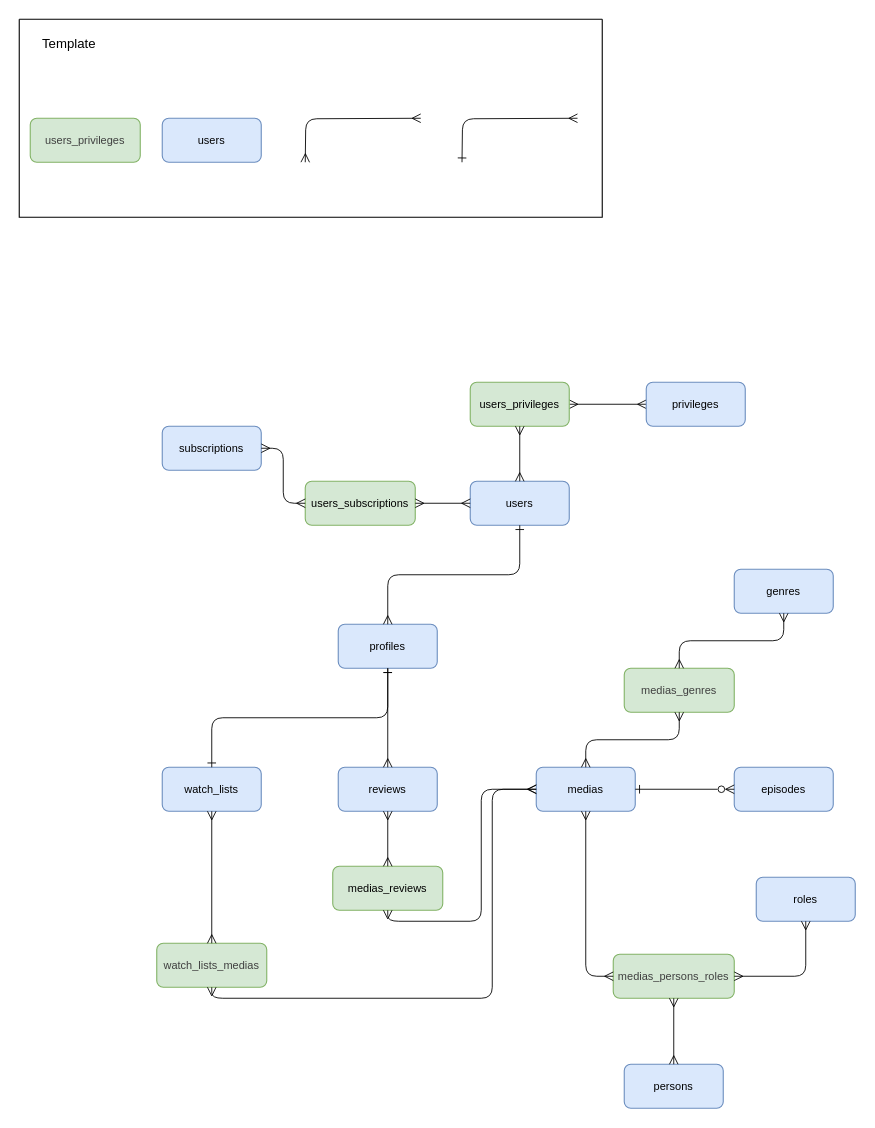
Before: docs/diagrams/conceptual.drawio in Team-AB-DevOps/ab-dbd25, a draw.io diagram. Source tidied: cells renumbered, new cells numbered last; positions are measured from the earlier drawing's top-left corner, leaving out a move shared by most shapes. Both pictures are drawn from the tidied source at 110%, with x=0, y=0 at pixel (19, 19).
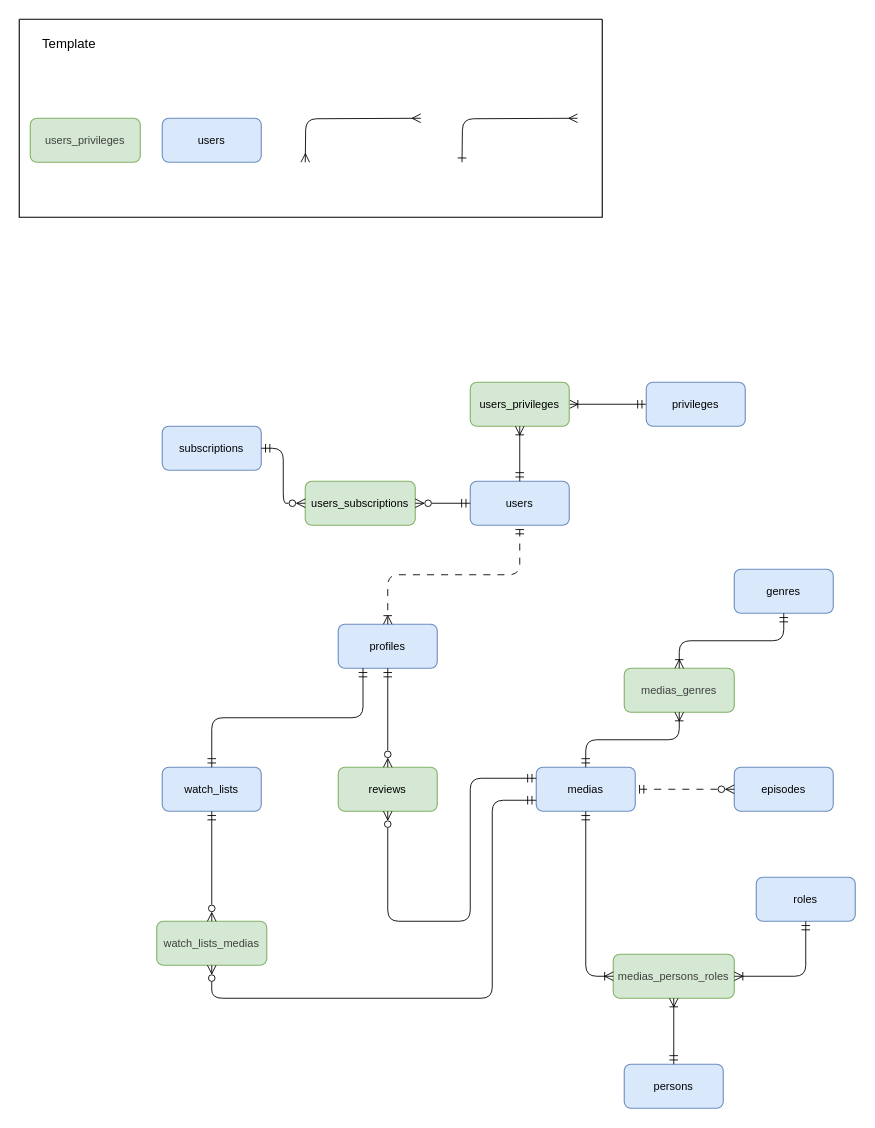
The same page after the edit.

The change refers to these unchanged cells:
```xml
<mxCell id="3" value="&lt;span style=&quot;color: rgb(0, 0, 0);&quot;&gt;&lt;font style=&quot;font-size: 10px;&quot;&gt;privileges&lt;/font&gt;&lt;/span&gt;" style="rounded=1;whiteSpace=wrap;html=1;fillColor=#dae8fc;strokeColor=#6c8ebf;" parent="1" vertex="1">
  <mxGeometry x="570" y="330" width="90" height="40" as="geometry" />
</mxCell>
<mxCell id="4" value="&lt;span style=&quot;color: rgb(0, 0, 0);&quot;&gt;&lt;font style=&quot;font-size: 10px;&quot;&gt;users_privileges&lt;/font&gt;&lt;/span&gt;" style="rounded=1;whiteSpace=wrap;html=1;fillColor=#d5e8d4;strokeColor=#82b366;" parent="1" vertex="1">
  <mxGeometry x="410" y="330" width="90" height="40" as="geometry" />
</mxCell>
<mxCell id="5" value="&lt;span style=&quot;color: rgb(0, 0, 0);&quot;&gt;&lt;font style=&quot;font-size: 10px;&quot;&gt;users&lt;/font&gt;&lt;/span&gt;" style="rounded=1;whiteSpace=wrap;html=1;fillColor=#dae8fc;strokeColor=#6c8ebf;" parent="1" vertex="1">
  <mxGeometry x="410" y="420" width="90" height="40" as="geometry" />
</mxCell>
<mxCell id="7" value="&lt;span style=&quot;color: rgb(0, 0, 0);&quot;&gt;&lt;font style=&quot;font-size: 10px;&quot;&gt;subscriptions&lt;/font&gt;&lt;/span&gt;" style="rounded=1;whiteSpace=wrap;html=1;fillColor=#dae8fc;strokeColor=#6c8ebf;" parent="1" vertex="1">
  <mxGeometry x="130" y="370" width="90" height="40" as="geometry" />
</mxCell>
<mxCell id="8" value="&lt;span style=&quot;color: rgb(0, 0, 0);&quot;&gt;&lt;font style=&quot;font-size: 10px;&quot;&gt;users_subscriptions&lt;/font&gt;&lt;/span&gt;" style="rounded=1;whiteSpace=wrap;html=1;fillColor=#d5e8d4;strokeColor=#82b366;" parent="1" vertex="1">
  <mxGeometry x="260" y="420" width="100" height="40" as="geometry" />
</mxCell>
<mxCell id="12" value="&lt;span style=&quot;color: rgb(0, 0, 0);&quot;&gt;&lt;font style=&quot;font-size: 10px;&quot;&gt;profiles&lt;/font&gt;&lt;/span&gt;" style="rounded=1;whiteSpace=wrap;html=1;fillColor=#dae8fc;strokeColor=#6c8ebf;" parent="1" vertex="1">
  <mxGeometry x="290" y="550" width="90" height="40" as="geometry" />
</mxCell>
<mxCell id="14" value="&lt;span style=&quot;color: rgb(0, 0, 0);&quot;&gt;&lt;font style=&quot;font-size: 10px;&quot;&gt;watch_lists&lt;/font&gt;&lt;/span&gt;" style="rounded=1;whiteSpace=wrap;html=1;fillColor=#dae8fc;strokeColor=#6c8ebf;" parent="1" vertex="1">
  <mxGeometry x="130" y="680" width="90" height="40" as="geometry" />
</mxCell>
<mxCell id="15" value="&lt;span style=&quot;color: rgb(0, 0, 0);&quot;&gt;&lt;font style=&quot;font-size: 10px;&quot;&gt;medias&lt;/font&gt;&lt;/span&gt;" style="rounded=1;whiteSpace=wrap;html=1;fillColor=#dae8fc;strokeColor=#6c8ebf;" parent="1" vertex="1">
  <mxGeometry x="470" y="680" width="90" height="40" as="geometry" />
</mxCell>
<mxCell id="16" value="&lt;span style=&quot;color: rgb(0, 0, 0);&quot;&gt;&lt;font style=&quot;font-size: 10px;&quot;&gt;episodes&lt;/font&gt;&lt;/span&gt;" style="rounded=1;whiteSpace=wrap;html=1;fillColor=#dae8fc;strokeColor=#6c8ebf;" parent="1" vertex="1">
  <mxGeometry x="650" y="680" width="90" height="40" as="geometry" />
</mxCell>
<mxCell id="17" value="&lt;span style=&quot;color: rgb(0, 0, 0);&quot;&gt;&lt;font style=&quot;font-size: 10px;&quot;&gt;genres&lt;/font&gt;&lt;/span&gt;" style="rounded=1;whiteSpace=wrap;html=1;fillColor=#dae8fc;strokeColor=#6c8ebf;" parent="1" vertex="1">
  <mxGeometry x="650" y="500" width="90" height="40" as="geometry" />
</mxCell>
<mxCell id="18" value="&lt;span style=&quot;color: rgb(0, 0, 0);&quot;&gt;&lt;font style=&quot;font-size: 10px;&quot;&gt;roles&lt;/font&gt;&lt;/span&gt;" style="rounded=1;whiteSpace=wrap;html=1;fillColor=#dae8fc;strokeColor=#6c8ebf;" parent="1" vertex="1">
  <mxGeometry x="670" y="780" width="90" height="40" as="geometry" />
</mxCell>
<mxCell id="19" value="&lt;span style=&quot;color: rgb(0, 0, 0);&quot;&gt;&lt;font style=&quot;font-size: 10px;&quot;&gt;persons&lt;/font&gt;&lt;/span&gt;" style="rounded=1;whiteSpace=wrap;html=1;fillColor=#dae8fc;strokeColor=#6c8ebf;" parent="1" vertex="1">
  <mxGeometry x="550" y="950" width="90" height="40" as="geometry" />
</mxCell>
<mxCell id="25" value="&lt;span style=&quot;color: rgb(63, 63, 63); font-size: 10px;&quot;&gt;medias_genres&lt;/span&gt;" style="rounded=1;whiteSpace=wrap;html=1;fillColor=#d5e8d4;strokeColor=#82b366;" parent="1" vertex="1">
  <mxGeometry x="550" y="590" width="100" height="40" as="geometry" />
</mxCell>
<mxCell id="28" value="&lt;span style=&quot;color: rgb(63, 63, 63); font-size: 10px;&quot;&gt;medias_persons_roles&lt;/span&gt;" style="rounded=1;whiteSpace=wrap;html=1;fillColor=#d5e8d4;strokeColor=#82b366;" parent="1" vertex="1">
  <mxGeometry x="540" y="850" width="110" height="40" as="geometry" />
</mxCell>
```

Change to the diagram source:
```diff
@@
-    <mxCell id="2" style="edgeStyle=orthogonalEdgeStyle;html=1;endArrow=ERmany;endFill=0;startArrow=ERmany;startFill=0;strokeWidth=0.8;entryX=1;entryY=0.5;entryDx=0;entryDy=0;" parent="1" edge="1" source="3" target="4">
+    <mxCell id="2" style="edgeStyle=orthogonalEdgeStyle;html=1;endArrow=ERoneToMany;endFill=0;startArrow=ERmandOne;startFill=0;strokeWidth=0.8;entryX=1;entryY=0.5;entryDx=0;entryDy=0;" parent="1" edge="1" source="3" target="4">
       <mxGeometry relative="1" as="geometry" />
     </mxCell>
@@
-    <mxCell id="6" style="edgeStyle=orthogonalEdgeStyle;html=1;endArrow=ERmany;endFill=0;startArrow=ERmany;startFill=0;strokeWidth=0.8;entryX=0.5;entryY=0;entryDx=0;entryDy=0;exitX=0.5;exitY=1;exitDx=0;exitDy=0;" parent="1" edge="1" source="4" target="5">
+    <mxCell id="6" style="edgeStyle=orthogonalEdgeStyle;html=1;endArrow=ERmandOne;endFill=0;startArrow=ERoneToMany;startFill=0;strokeWidth=0.8;entryX=0.5;entryY=0;entryDx=0;entryDy=0;exitX=0.5;exitY=1;exitDx=0;exitDy=0;" parent="1" edge="1" source="4" target="5">
       <mxGeometry relative="1" as="geometry" />
     </mxCell>
@@
-    <mxCell id="9" style="edgeStyle=orthogonalEdgeStyle;html=1;endArrow=ERmany;endFill=0;startArrow=ERmany;startFill=0;strokeWidth=0.8;entryX=1;entryY=0.5;entryDx=0;entryDy=0;exitX=0;exitY=0.5;exitDx=0;exitDy=0;" parent="1" edge="1" source="8" target="7">
+    <mxCell id="9" style="edgeStyle=orthogonalEdgeStyle;html=1;endArrow=ERmandOne;endFill=0;startArrow=ERzeroToMany;startFill=0;strokeWidth=0.8;entryX=1;entryY=0.5;entryDx=0;entryDy=0;exitX=0;exitY=0.5;exitDx=0;exitDy=0;" parent="1" edge="1" source="8" target="7">
       <mxGeometry relative="1" as="geometry" />
     </mxCell>
@@
-    <mxCell id="11" style="edgeStyle=orthogonalEdgeStyle;html=1;endArrow=ERmany;endFill=0;startArrow=ERmany;startFill=0;strokeWidth=0.8;entryX=1;entryY=0.5;entryDx=0;entryDy=0;exitX=0;exitY=0.5;exitDx=0;exitDy=0;" parent="1" edge="1" source="5" target="8">
+    <mxCell id="11" style="edgeStyle=orthogonalEdgeStyle;html=1;endArrow=ERzeroToMany;endFill=0;startArrow=ERmandOne;startFill=0;strokeWidth=0.8;entryX=1;entryY=0.5;entryDx=0;entryDy=0;exitX=0;exitY=0.5;exitDx=0;exitDy=0;" parent="1" edge="1" source="5" target="8">
       <mxGeometry relative="1" as="geometry" />
     </mxCell>
@@
-    <mxCell id="13" value="&lt;span style=&quot;color: rgb(0, 0, 0);&quot;&gt;&lt;font style=&quot;font-size: 10px;&quot;&gt;reviews&lt;/font&gt;&lt;/span&gt;" style="rounded=1;whiteSpace=wrap;html=1;fillColor=#dae8fc;strokeColor=#6c8ebf;" parent="1" vertex="1">
+    <mxCell id="13" value="&lt;span style=&quot;color: rgb(0, 0, 0);&quot;&gt;&lt;font style=&quot;font-size: 10px;&quot;&gt;reviews&lt;/font&gt;&lt;/span&gt;" style="rounded=1;whiteSpace=wrap;html=1;fillColor=#d5e8d4;strokeColor=#82b366;" parent="1" vertex="1">
       <mxGeometry x="290" y="680" width="90" height="40" as="geometry" />
     </mxCell>
@@
-    <mxCell id="20" style="edgeStyle=orthogonalEdgeStyle;html=1;endArrow=ERone;endFill=0;startArrow=ERmany;startFill=0;strokeWidth=0.8;entryX=0.5;entryY=1;entryDx=0;entryDy=0;exitX=0.5;exitY=0;exitDx=0;exitDy=0;" parent="1" edge="1" source="12" target="5">
+    <mxCell id="20" style="edgeStyle=orthogonalEdgeStyle;html=1;endArrow=ERmandOne;endFill=0;startArrow=ERoneToMany;startFill=0;strokeWidth=0.8;entryX=0.5;entryY=1;entryDx=0;entryDy=0;exitX=0.5;exitY=0;exitDx=0;exitDy=0;dashed=1;dashPattern=8 8;" parent="1" edge="1" source="12" target="5">
       <mxGeometry relative="1" as="geometry" />
     </mxCell>
-    <mxCell id="21" style="edgeStyle=orthogonalEdgeStyle;html=1;endArrow=ERmany;endFill=0;startArrow=ERone;startFill=0;strokeWidth=0.8;exitX=0.5;exitY=1;exitDx=0;exitDy=0;" parent="1" edge="1" source="12" target="13">
+    <mxCell id="21" style="edgeStyle=orthogonalEdgeStyle;html=1;endArrow=ERzeroToMany;endFill=0;startArrow=ERmandOne;startFill=0;strokeWidth=0.8;exitX=0.5;exitY=1;exitDx=0;exitDy=0;" parent="1" edge="1" source="12" target="13">
       <mxGeometry relative="1" as="geometry" />
     </mxCell>
-    <mxCell id="22" style="edgeStyle=orthogonalEdgeStyle;html=1;endArrow=ERone;endFill=0;startArrow=ERone;startFill=0;strokeWidth=0.8;entryX=0.5;entryY=0;entryDx=0;entryDy=0;exitX=0.5;exitY=1;exitDx=0;exitDy=0;" parent="1" edge="1" source="12" target="14">
-      <mxGeometry relative="1" as="geometry" />
+    <mxCell id="22" style="edgeStyle=orthogonalEdgeStyle;html=1;endArrow=ERmandOne;endFill=0;startArrow=ERmandOne;startFill=0;strokeWidth=0.8;entryX=0.5;entryY=0;entryDx=0;entryDy=0;exitX=0.25;exitY=1;exitDx=0;exitDy=0;" parent="1" edge="1" source="12" target="14">
+      <mxGeometry relative="1" as="geometry">
+        <Array as="points">
+          <mxPoint x="313" y="635" />
+          <mxPoint x="175" y="635" />
+        </Array>
+      </mxGeometry>
     </mxCell>
-    <mxCell id="23" style="edgeStyle=orthogonalEdgeStyle;html=1;endArrow=ERone;endFill=0;startArrow=ERzeroToMany;startFill=0;strokeWidth=0.8;entryX=1;entryY=0.5;entryDx=0;entryDy=0;exitX=0;exitY=0.5;exitDx=0;exitDy=0;" parent="1" edge="1" source="16" target="15">
+    <mxCell id="23" style="edgeStyle=orthogonalEdgeStyle;html=1;endArrow=ERmandOne;endFill=0;startArrow=ERzeroToMany;startFill=0;strokeWidth=0.8;entryX=1;entryY=0.5;entryDx=0;entryDy=0;exitX=0;exitY=0.5;exitDx=0;exitDy=0;dashed=1;dashPattern=8 8;" parent="1" edge="1" source="16" target="15">
       <mxGeometry relative="1" as="geometry" />
     </mxCell>
@@
     <mxCell id="26" value="&lt;span style=&quot;color: rgb(63, 63, 63); font-size: 10px;&quot;&gt;watch_lists_medias&lt;/span&gt;" style="rounded=1;whiteSpace=wrap;html=1;fillColor=#d5e8d4;strokeColor=#82b366;" parent="1" vertex="1">
-      <mxGeometry x="125" y="840" width="100" height="40" as="geometry" />
+      <mxGeometry x="125" y="820" width="100" height="40" as="geometry" />
     </mxCell>
-    <mxCell id="27" value="&lt;span style=&quot;color: rgb(0, 0, 0);&quot;&gt;&lt;font style=&quot;font-size: 10px;&quot;&gt;medias_reviews&lt;/font&gt;&lt;/span&gt;" style="rounded=1;whiteSpace=wrap;html=1;fillColor=#d5e8d4;strokeColor=#82b366;" parent="1" vertex="1">
-      <mxGeometry x="285" y="770" width="100" height="40" as="geometry" />
-    </mxCell>
@@
-    <mxCell id="29" style="edgeStyle=orthogonalEdgeStyle;html=1;endArrow=ERmany;endFill=0;startArrow=ERmany;startFill=0;strokeWidth=0.8;entryX=0.5;entryY=0;entryDx=0;entryDy=0;exitX=0.5;exitY=1;exitDx=0;exitDy=0;" parent="1" edge="1" source="14" target="26">
+    <mxCell id="29" style="edgeStyle=orthogonalEdgeStyle;html=1;endArrow=ERzeroToMany;endFill=0;startArrow=ERmandOne;startFill=0;strokeWidth=0.8;entryX=0.5;entryY=0;entryDx=0;entryDy=0;exitX=0.5;exitY=1;exitDx=0;exitDy=0;" parent="1" edge="1" source="14" target="26">
       <mxGeometry relative="1" as="geometry" />
     </mxCell>
-    <mxCell id="30" style="edgeStyle=orthogonalEdgeStyle;html=1;endArrow=ERmany;endFill=0;startArrow=ERmany;startFill=0;strokeWidth=0.8;entryX=0.5;entryY=1;entryDx=0;entryDy=0;exitX=0.5;exitY=0;exitDx=0;exitDy=0;" parent="1" edge="1" source="27" target="13">
-      <mxGeometry relative="1" as="geometry" />
-    </mxCell>
-    <mxCell id="31" style="edgeStyle=orthogonalEdgeStyle;html=1;endArrow=ERmany;endFill=0;startArrow=ERmany;startFill=0;strokeWidth=0.8;entryX=0.5;entryY=1;entryDx=0;entryDy=0;exitX=0;exitY=0.5;exitDx=0;exitDy=0;" parent="1" edge="1" source="15" target="26">
+    <mxCell id="31" style="edgeStyle=orthogonalEdgeStyle;html=1;endArrow=ERzeroToMany;endFill=0;startArrow=ERmandOne;startFill=0;strokeWidth=0.8;entryX=0.5;entryY=1;entryDx=0;entryDy=0;exitX=0;exitY=0.75;exitDx=0;exitDy=0;" parent="1" edge="1" source="15" target="26">
       <mxGeometry relative="1" as="geometry">
         <Array as="points">
-          <mxPoint x="430" y="700" />
+          <mxPoint x="430" y="710" />
           <mxPoint x="430" y="890" />
           <mxPoint x="175" y="890" />
         </Array>
       </mxGeometry>
     </mxCell>
-    <mxCell id="32" style="edgeStyle=orthogonalEdgeStyle;html=1;endArrow=ERmany;endFill=0;startArrow=ERmany;startFill=0;strokeWidth=0.8;entryX=0.5;entryY=1;entryDx=0;entryDy=0;exitX=0;exitY=0.5;exitDx=0;exitDy=0;" parent="1" edge="1" source="15" target="27">
+    <mxCell id="32" style="edgeStyle=orthogonalEdgeStyle;html=1;endArrow=ERzeroToMany;endFill=0;startArrow=ERmandOne;startFill=0;strokeWidth=0.8;entryX=0.5;entryY=1;entryDx=0;entryDy=0;exitX=0;exitY=0.25;exitDx=0;exitDy=0;" parent="1" edge="1" source="15" target="13">
       <mxGeometry relative="1" as="geometry">
         <Array as="points">
-          <mxPoint x="420" y="700" />
-          <mxPoint x="420" y="820" />
+          <mxPoint x="410" y="690" />
+          <mxPoint x="410" y="820" />
           <mxPoint x="335" y="820" />
         </Array>
       </mxGeometry>
     </mxCell>
-    <mxCell id="33" style="edgeStyle=orthogonalEdgeStyle;html=1;endArrow=ERmany;endFill=0;startArrow=ERmany;startFill=0;strokeWidth=0.8;entryX=0.5;entryY=1;entryDx=0;entryDy=0;exitX=0.5;exitY=0;exitDx=0;exitDy=0;" parent="1" edge="1" source="25" target="17">
+    <mxCell id="33" style="edgeStyle=orthogonalEdgeStyle;html=1;endArrow=ERmandOne;endFill=0;startArrow=ERoneToMany;startFill=0;strokeWidth=0.8;entryX=0.5;entryY=1;entryDx=0;entryDy=0;exitX=0.5;exitY=0;exitDx=0;exitDy=0;" parent="1" edge="1" source="25" target="17">
       <mxGeometry relative="1" as="geometry" />
     </mxCell>
-    <mxCell id="34" style="edgeStyle=orthogonalEdgeStyle;html=1;endArrow=ERmany;endFill=0;startArrow=ERmany;startFill=0;strokeWidth=0.8;entryX=0.5;entryY=0;entryDx=0;entryDy=0;exitX=0.5;exitY=1;exitDx=0;exitDy=0;" parent="1" edge="1" source="28" target="19">
+    <mxCell id="34" style="edgeStyle=orthogonalEdgeStyle;html=1;endArrow=ERmandOne;endFill=0;startArrow=ERoneToMany;startFill=0;strokeWidth=0.8;entryX=0.5;entryY=0;entryDx=0;entryDy=0;exitX=0.5;exitY=1;exitDx=0;exitDy=0;" parent="1" edge="1" source="28" target="19">
       <mxGeometry relative="1" as="geometry" />
     </mxCell>
-    <mxCell id="35" style="edgeStyle=orthogonalEdgeStyle;html=1;endArrow=ERmany;endFill=0;startArrow=ERmany;startFill=0;strokeWidth=0.8;entryX=0.5;entryY=1;entryDx=0;entryDy=0;exitX=0;exitY=0.5;exitDx=0;exitDy=0;" parent="1" edge="1" source="28" target="15">
+    <mxCell id="35" style="edgeStyle=orthogonalEdgeStyle;html=1;endArrow=ERmandOne;endFill=0;startArrow=ERoneToMany;startFill=0;strokeWidth=0.8;entryX=0.5;entryY=1;entryDx=0;entryDy=0;exitX=0;exitY=0.5;exitDx=0;exitDy=0;" parent="1" edge="1" source="28" target="15">
       <mxGeometry relative="1" as="geometry" />
     </mxCell>
-    <mxCell id="36" style="edgeStyle=orthogonalEdgeStyle;html=1;endArrow=ERmany;endFill=0;startArrow=ERmany;startFill=0;strokeWidth=0.8;entryX=0.5;entryY=0;entryDx=0;entryDy=0;exitX=0.5;exitY=1;exitDx=0;exitDy=0;" parent="1" edge="1" source="25" target="15">
+    <mxCell id="36" style="edgeStyle=orthogonalEdgeStyle;html=1;endArrow=ERmandOne;endFill=0;startArrow=ERoneToMany;startFill=0;strokeWidth=0.8;entryX=0.5;entryY=0;entryDx=0;entryDy=0;exitX=0.5;exitY=1;exitDx=0;exitDy=0;" parent="1" edge="1" source="25" target="15">
       <mxGeometry relative="1" as="geometry" />
     </mxCell>
-    <mxCell id="37" style="edgeStyle=orthogonalEdgeStyle;html=1;endArrow=ERmany;endFill=0;startArrow=ERmany;startFill=0;strokeWidth=0.8;entryX=0.5;entryY=1;entryDx=0;entryDy=0;exitX=1;exitY=0.5;exitDx=0;exitDy=0;" parent="1" edge="1" source="28" target="18">
+    <mxCell id="37" style="edgeStyle=orthogonalEdgeStyle;html=1;endArrow=ERmandOne;endFill=0;startArrow=ERoneToMany;startFill=0;strokeWidth=0.8;entryX=0.5;entryY=1;entryDx=0;entryDy=0;exitX=1;exitY=0.5;exitDx=0;exitDy=0;" parent="1" edge="1" source="28" target="18">
       <mxGeometry relative="1" as="geometry" />
     </mxCell>
```
